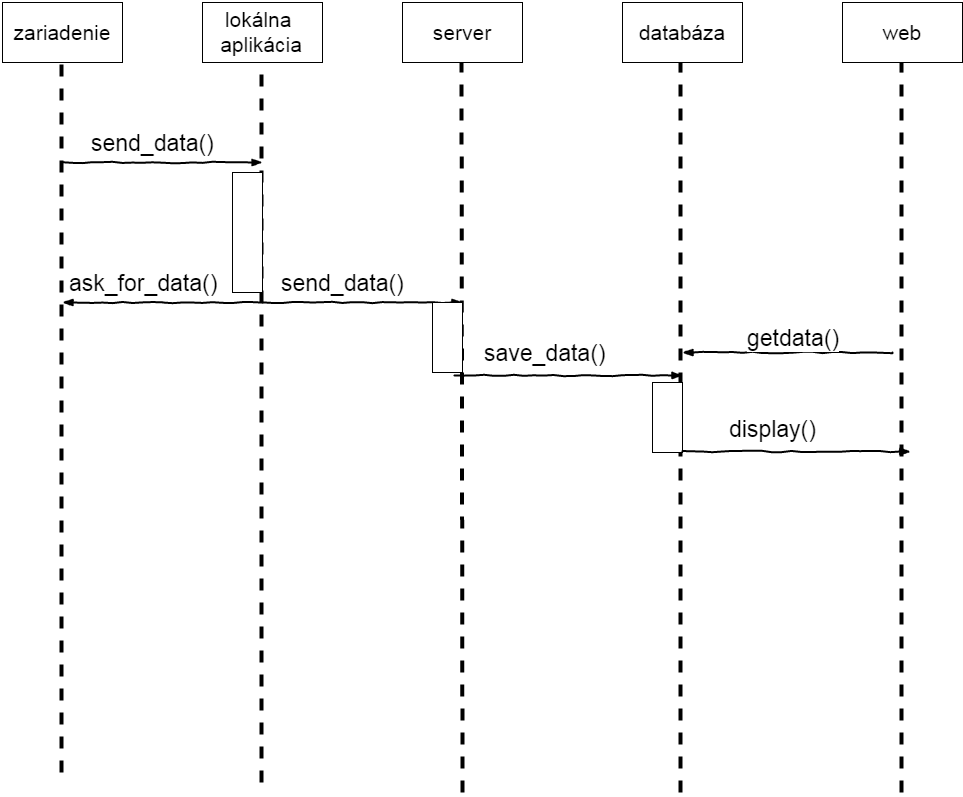
Earlier version of the draw.io export sekvencny diagram.png (TIS2016/MeracieZariadenia). Source tidied: cells renumbered, new cells last; positions are measured from the earlier drawing's top-left corner, leaving out a move shared by most shapes.
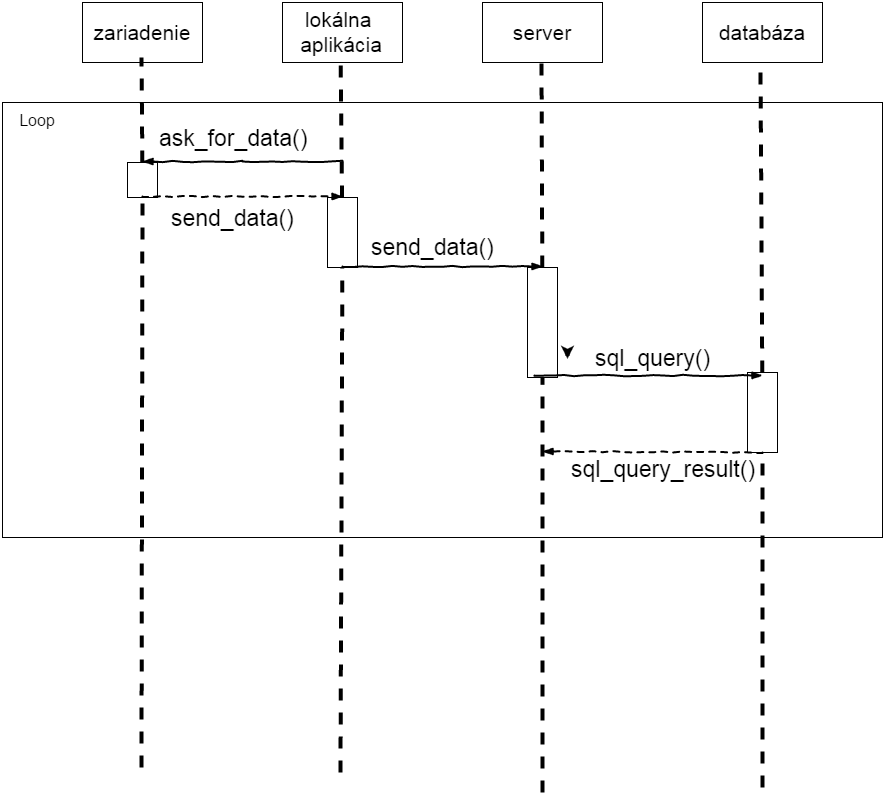
The same diagram one commit later.

Commit message:
edit stavovy,sekvencny diagram

What changed in the source:
```diff
@@ -2,6 +2,31 @@
   <root>
     <mxCell id="0" />
     <mxCell id="1" parent="0" />
+    <mxCell id="33" style="whiteSpace=wrap;html=1;fillColor=none;fontSize=16;" parent="1" vertex="1">
+      <mxGeometry x="-80" y="100" width="880" height="435" as="geometry" />
+    </mxCell>
+    <mxCell id="34" style="whiteSpace=wrap;html=1;fillColor=#ffffff;fontSize=23;strokeColor=#000000;" parent="1" vertex="1">
+      <mxGeometry x="445" y="265" width="30" height="110" as="geometry" />
+    </mxCell>
+    <mxCell id="22" style="whiteSpace=wrap;html=1;fillColor=#ffffff;fontSize=23;strokeColor=#000000;" parent="1" vertex="1">
+      <mxGeometry x="245" y="195" width="30" height="70" as="geometry" />
+    </mxCell>
+    <mxCell id="14" style="whiteSpace=wrap;html=1;fillColor=#ffffff;fontSize=23;strokeColor=#000000;" parent="1" vertex="1">
+      <mxGeometry x="45" y="160" width="30" height="35" as="geometry" />
+    </mxCell>
+    <mxCell id="8" style="endArrow=none;dashed=1;html=1;strokeWidth=4;endSize=9;startSize=9;" parent="1" edge="1" source="22">
+      <mxGeometry x="458" y="95" as="geometry">
+        <mxPoint x="258" y="50" as="targetPoint" />
+      </mxGeometry>
+    </mxCell>
+    <mxCell id="9" style="endArrow=none;dashed=1;html=1;strokeWidth=4;endSize=9;startSize=9;" parent="1" edge="1" source="34">
+      <mxGeometry x="659" y="105" as="geometry">
+        <mxPoint x="459" y="60" as="targetPoint" />
+      </mxGeometry>
+    </mxCell>
+    <mxCell id="28" style="whiteSpace=wrap;html=1;fillColor=#ffffff;fontSize=23;strokeColor=#000000;" parent="1" vertex="1">
+      <mxGeometry x="665" y="370" width="30" height="80" as="geometry" />
+    </mxCell>
     <mxCell id="2" value="&lt;span style=&quot;font-size: 21px&quot;&gt;zariadenie&lt;/span&gt;" style="whiteSpace=wrap;html=1;fillColor=#ffffff;strokeColor=#000000;" parent="1" vertex="1">
       <mxGeometry width="120" height="60" as="geometry" />
     </mxCell>
@@ -11,70 +36,30 @@
     <mxCell id="4" value="&lt;span style=&quot;font-size: 21px&quot;&gt;databáza&lt;/span&gt;" style="whiteSpace=wrap;html=1;fillColor=#ffffff;strokeColor=#000000;" parent="1" vertex="1">
       <mxGeometry x="620" width="120" height="60" as="geometry" />
     </mxCell>
-    <mxCell id="5" value="&lt;span style=&quot;font-size: 21px&quot;&gt;web&lt;/span&gt;" style="whiteSpace=wrap;html=1;fillColor=#ffffff;strokeColor=#000000;" parent="1" vertex="1">
-      <mxGeometry x="840" width="120" height="60" as="geometry" />
-    </mxCell>
     <mxCell id="6" value="&lt;span style=&quot;font-size: 21px&quot;&gt;server&lt;/span&gt;" style="whiteSpace=wrap;html=1;fillColor=#ffffff;strokeColor=#000000;" parent="1" vertex="1">
       <mxGeometry x="400" width="120" height="60" as="geometry" />
     </mxCell>
-    <mxCell id="7" style="endArrow=none;dashed=1;html=1;strokeWidth=4;endSize=9;startSize=9;" parent="1" edge="1">
+    <mxCell id="7" style="endArrow=none;dashed=1;html=1;strokeWidth=4;endSize=9;startSize=9;" parent="1" edge="1" source="14">
       <mxGeometry relative="1" as="geometry">
-        <mxPoint x="59" y="770" as="sourcePoint" />
-        <mxPoint x="59" y="60" as="targetPoint" />
+        <mxPoint x="59" y="55" as="targetPoint" />
       </mxGeometry>
     </mxCell>
-    <mxCell id="8" style="endArrow=none;dashed=1;html=1;strokeWidth=4;endSize=9;startSize=9;" parent="1" edge="1">
-      <mxGeometry x="339" y="100" as="geometry">
-        <mxPoint x="259" y="780" as="sourcePoint" />
-        <mxPoint x="259" y="60" as="targetPoint" />
-      </mxGeometry>
-    </mxCell>
-    <mxCell id="9" style="endArrow=none;dashed=1;html=1;strokeWidth=4;endSize=9;startSize=9;" parent="1" edge="1">
-      <mxGeometry x="539" y="100" as="geometry">
-        <mxPoint x="460" y="790" as="sourcePoint" />
-        <mxPoint x="459" y="60" as="targetPoint" />
-      </mxGeometry>
-    </mxCell>
-    <mxCell id="10" style="endArrow=none;dashed=1;html=1;strokeWidth=4;endSize=9;startSize=9;" parent="1" edge="1">
-      <mxGeometry x="758" y="100" as="geometry">
-        <mxPoint x="678" y="790" as="sourcePoint" />
+    <mxCell id="10" style="endArrow=none;dashed=1;html=1;strokeWidth=4;endSize=9;startSize=9;" parent="1" edge="1" source="28">
+      <mxGeometry x="878" y="105" as="geometry">
         <mxPoint x="678" y="60" as="targetPoint" />
       </mxGeometry>
     </mxCell>
-    <mxCell id="11" style="endArrow=none;dashed=1;html=1;strokeWidth=4;endSize=9;startSize=9;" parent="1" edge="1">
-      <mxGeometry x="979" y="100" as="geometry">
-        <mxPoint x="899" y="790" as="sourcePoint" />
-        <mxPoint x="899" y="60" as="targetPoint" />
-      </mxGeometry>
-    </mxCell>
-    <mxCell id="12" style="rounded=0;comic=1;strokeWidth=2;endArrow=blockThin;html=1;fontFamily=Comic Sans MS;fontStyle=1;" parent="1" edge="1">
+    <mxCell id="12" style="rounded=0;comic=1;strokeWidth=2;endArrow=blockThin;html=1;fontFamily=Comic Sans MS;fontStyle=1;dashed=1;" parent="1" edge="1">
       <mxGeometry relative="1" as="geometry">
-        <mxPoint x="60" y="160" as="sourcePoint" />
-        <mxPoint x="260" y="160" as="targetPoint" />
+        <mxPoint x="60" y="194" as="sourcePoint" />
+        <mxPoint x="260" y="194" as="targetPoint" />
       </mxGeometry>
     </mxCell>
     <mxCell id="13" value="send_data()" style="text;html=1;align=center;verticalAlign=middle;labelBackgroundColor=#ffffff;fontSize=23;" parent="12" vertex="1">
       <mxGeometry x="-0.28" y="-8" relative="1" as="geometry">
-        <mxPoint x="18" y="-28" as="offset" />
+        <mxPoint x="18" y="13" as="offset" />
       </mxGeometry>
     </mxCell>
-    <mxCell id="14" style="whiteSpace=wrap;html=1;fillColor=#ffffff;fontSize=23;strokeColor=#000000;" parent="1" vertex="1">
-      <mxGeometry x="230" y="170" width="30" height="120" as="geometry" />
-    </mxCell>
-    <mxCell id="15" style="rounded=0;comic=1;strokeWidth=2;endArrow=blockThin;html=1;fontFamily=Comic Sans MS;fontStyle=1;" parent="1" edge="1">
-      <mxGeometry x="140" y="340" as="geometry">
-        <mxPoint x="260" y="300" as="sourcePoint" />
-        <mxPoint x="60" y="300" as="targetPoint" />
-        <Array as="points">
-          <mxPoint x="160" y="300" />
-        </Array>
-      </mxGeometry>
-    </mxCell>
-    <mxCell id="16" value="ask_for_data()" style="text;html=1;align=center;verticalAlign=middle;labelBackgroundColor=#ffffff;fontSize=23;" parent="15" vertex="1">
-      <mxGeometry x="-0.28" y="-8" relative="1" as="geometry">
-        <mxPoint x="-48" y="-12" as="offset" />
-      </mxGeometry>
-    </mxCell>
     <mxCell id="17" style="edgeStyle=orthogonalEdgeStyle;rounded=0;html=1;exitX=0.5;exitY=1;entryX=0.5;entryY=1;startSize=9;endSize=9;jettySize=auto;orthogonalLoop=1;strokeWidth=4;fontSize=23;" parent="1" edge="1" source="14" target="14">
       <mxGeometry relative="1" as="geometry" />
     </mxCell>
@@ -85,28 +70,25 @@
       <mxGeometry relative="1" as="geometry" />
     </mxCell>
     <mxCell id="20" style="rounded=0;comic=1;strokeWidth=2;endArrow=blockThin;html=1;fontFamily=Comic Sans MS;fontStyle=1;" parent="1" edge="1">
-      <mxGeometry x="340" y="340" as="geometry">
-        <mxPoint x="260" y="300" as="sourcePoint" />
-        <mxPoint x="460" y="300" as="targetPoint" />
+      <mxGeometry x="460" y="309" as="geometry">
+        <mxPoint x="260" y="264" as="sourcePoint" />
+        <mxPoint x="460" y="264" as="targetPoint" />
       </mxGeometry>
     </mxCell>
     <mxCell id="21" value="send_data()" style="text;html=1;align=center;verticalAlign=middle;labelBackgroundColor=#ffffff;fontSize=23;" parent="20" vertex="1">
       <mxGeometry x="-0.28" y="-8" relative="1" as="geometry">
-        <mxPoint x="8" y="-28" as="offset" />
+        <mxPoint x="18" y="-28" as="offset" />
       </mxGeometry>
     </mxCell>
-    <mxCell id="22" style="whiteSpace=wrap;html=1;fillColor=#ffffff;fontSize=23;strokeColor=#000000;" parent="1" vertex="1">
-      <mxGeometry x="430" y="300" width="30" height="70" as="geometry" />
-    </mxCell>
     <mxCell id="23" style="rounded=0;comic=1;strokeWidth=2;endArrow=blockThin;html=1;fontFamily=Comic Sans MS;fontStyle=1;" parent="1" edge="1">
-      <mxGeometry x="560" y="413" as="geometry">
+      <mxGeometry x="680" y="418" as="geometry">
         <mxPoint x="452" y="373" as="sourcePoint" />
         <mxPoint x="680" y="373" as="targetPoint" />
       </mxGeometry>
     </mxCell>
-    <mxCell id="24" value="save_data()" style="text;html=1;align=center;verticalAlign=middle;labelBackgroundColor=#ffffff;fontSize=23;" parent="23" vertex="1">
+    <mxCell id="24" value="sql_query()" style="text;html=1;align=center;verticalAlign=middle;labelBackgroundColor=#ffffff;fontSize=23;" parent="23" vertex="1">
       <mxGeometry x="-0.28" y="-8" relative="1" as="geometry">
-        <mxPoint x="8" y="-31" as="offset" />
+        <mxPoint x="36" y="-26" as="offset" />
       </mxGeometry>
     </mxCell>
     <mxCell id="25" style="edgeStyle=orthogonalEdgeStyle;rounded=0;html=1;exitX=1;exitY=0.75;entryX=1;entryY=0.75;startSize=9;endSize=9;jettySize=auto;orthogonalLoop=1;strokeWidth=4;fontSize=23;" parent="1" edge="1" source="22" target="22">
@@ -118,30 +100,61 @@
     <mxCell id="27" style="edgeStyle=orthogonalEdgeStyle;rounded=0;html=1;exitX=1;exitY=0.5;entryX=1;entryY=0.5;startSize=9;endSize=9;jettySize=auto;orthogonalLoop=1;strokeWidth=4;fontSize=23;" parent="1" edge="1" source="22" target="22">
       <mxGeometry relative="1" as="geometry" />
     </mxCell>
-    <mxCell id="28" style="whiteSpace=wrap;html=1;fillColor=#ffffff;fontSize=23;strokeColor=#000000;" parent="1" vertex="1">
-      <mxGeometry x="650" y="380" width="30" height="70" as="geometry" />
-    </mxCell>
-    <mxCell id="29" style="rounded=0;comic=1;strokeWidth=2;endArrow=blockThin;html=1;fontFamily=Comic Sans MS;fontStyle=1;" parent="1" edge="1">
-      <mxGeometry x="788" y="489" as="geometry">
-        <mxPoint x="680" y="449" as="sourcePoint" />
-        <mxPoint x="908" y="449" as="targetPoint" />
-      </mxGeometry>
-    </mxCell>
-    <mxCell id="30" value="display()" style="text;html=1;align=center;verticalAlign=middle;labelBackgroundColor=#ffffff;fontSize=23;" parent="29" vertex="1">
-      <mxGeometry x="-0.28" y="-8" relative="1" as="geometry">
-        <mxPoint x="8" y="-31" as="offset" />
-      </mxGeometry>
-    </mxCell>
-    <mxCell id="31" style="rounded=0;comic=1;strokeWidth=2;endArrow=blockThin;html=1;fontFamily=Comic Sans MS;fontStyle=1;" parent="1" edge="1">
-      <mxGeometry x="788" y="400" as="geometry">
-        <mxPoint x="890" y="350" as="sourcePoint" />
-        <mxPoint x="680" y="350" as="targetPoint" />
-      </mxGeometry>
-    </mxCell>
-    <mxCell id="32" value="getdata()" style="text;html=1;align=center;verticalAlign=middle;labelBackgroundColor=#ffffff;fontSize=23;" parent="31" vertex="1">
-      <mxGeometry x="-0.28" y="-8" relative="1" as="geometry">
-        <mxPoint x="-25" y="-7" as="offset" />
-      </mxGeometry>
-    </mxCell>
+    <mxCell id="35" style="endArrow=none;dashed=1;html=1;strokeWidth=4;endSize=9;startSize=9;" parent="1" edge="1" target="28">
+      <mxGeometry x="758" y="100" as="geometry">
+        <mxPoint x="680" y="785" as="sourcePoint" />
+      </mxGeometry>
+    </mxCell>
+    <mxCell id="36" style="endArrow=none;dashed=1;html=1;strokeWidth=4;endSize=9;startSize=9;" parent="1" edge="1" target="14">
+      <mxGeometry relative="1" as="geometry">
+        <mxPoint x="59" y="765" as="sourcePoint" />
+      </mxGeometry>
+    </mxCell>
+    <mxCell id="15" style="rounded=0;comic=1;strokeWidth=2;endArrow=blockThin;html=1;fontFamily=Comic Sans MS;fontStyle=1;" parent="1" edge="1">
+      <mxGeometry x="260" y="204" as="geometry">
+        <mxPoint x="260" y="159" as="sourcePoint" />
+        <mxPoint x="60" y="159" as="targetPoint" />
+        <Array as="points">
+          <mxPoint x="160" y="159" />
+        </Array>
+      </mxGeometry>
+    </mxCell>
+    <mxCell id="16" value="ask_for_data()" style="text;html=1;align=center;verticalAlign=middle;labelBackgroundColor=#ffffff;fontSize=23;" parent="15" vertex="1">
+      <mxGeometry x="-0.28" y="-8" relative="1" as="geometry">
+        <mxPoint x="-38" y="-16" as="offset" />
+      </mxGeometry>
+    </mxCell>
+    <mxCell id="37" style="edgeStyle=orthogonalEdgeStyle;rounded=0;html=1;exitX=1;exitY=0.75;entryX=1;entryY=0.75;startSize=9;endSize=9;jettySize=auto;orthogonalLoop=1;strokeWidth=4;fontSize=16;" parent="1" edge="1" source="22" target="22">
+      <mxGeometry relative="1" as="geometry" />
+    </mxCell>
+    <mxCell id="38" style="edgeStyle=orthogonalEdgeStyle;rounded=0;html=1;exitX=1;exitY=0.75;entryX=1;entryY=0.75;startSize=9;endSize=9;jettySize=auto;orthogonalLoop=1;strokeWidth=4;fontSize=16;" parent="1" edge="1">
+      <mxGeometry x="685" y="398" as="geometry">
+        <mxPoint x="485" y="353" as="sourcePoint" />
+        <mxPoint x="485" y="353" as="targetPoint" />
+      </mxGeometry>
+    </mxCell>
+    <mxCell id="39" style="endArrow=none;dashed=1;html=1;strokeWidth=4;endSize=9;startSize=9;" parent="1" edge="1" target="22">
+      <mxGeometry x="458" y="95" as="geometry">
+        <mxPoint x="258" y="770" as="sourcePoint" />
+      </mxGeometry>
+    </mxCell>
+    <mxCell id="40" style="rounded=0;comic=1;strokeWidth=2;endArrow=blockThin;html=1;fontFamily=Comic Sans MS;fontStyle=1;exitX=0.5;exitY=1;dashed=1;" parent="1" edge="1" source="28">
+      <mxGeometry x="768" y="494" as="geometry">
+        <mxPoint x="460" y="449" as="targetPoint" />
+      </mxGeometry>
+    </mxCell>
+    <mxCell id="41" value="sql_query_result()" style="text;html=1;align=center;verticalAlign=middle;labelBackgroundColor=#ffffff;fontSize=23;" parent="40" vertex="1">
+      <mxGeometry x="-0.28" y="-8" relative="1" as="geometry">
+        <mxPoint x="-20" y="24" as="offset" />
+      </mxGeometry>
+    </mxCell>
+    <mxCell id="42" style="endArrow=none;dashed=1;html=1;strokeWidth=4;endSize=9;startSize=9;" parent="1" edge="1" target="34">
+      <mxGeometry x="659" y="105" as="geometry">
+        <mxPoint x="460" y="790" as="sourcePoint" />
+      </mxGeometry>
+    </mxCell>
+    <mxCell id="43" value="Loop" style="text;html=1;strokeColor=none;fillColor=none;align=center;verticalAlign=middle;whiteSpace=wrap;fontSize=16;" parent="1" vertex="1">
+      <mxGeometry x="-80" y="100" width="70" height="35" as="geometry" />
+    </mxCell>
   </root>
 </mxGraphModel>
```
